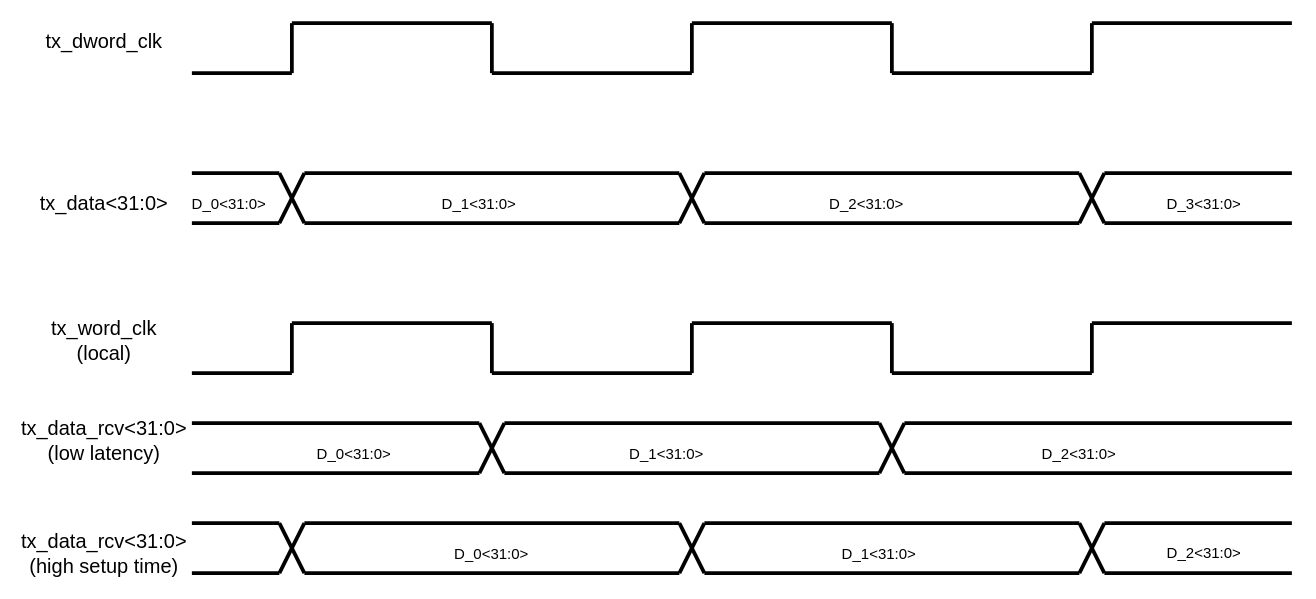
Earlier version of the draw.io diagram source/_posts/tx/word_clk_rcv.drawio (raytroop/raytroop.github.io). Source tidied: cells renumbered, new cells numbered last; positions are measured from the earlier drawing's top-left corner, leaving out a move shared by most shapes. Both pictures are drawn from the tidied source at 125%, with x=0, y=0 at pixel (54, 21).
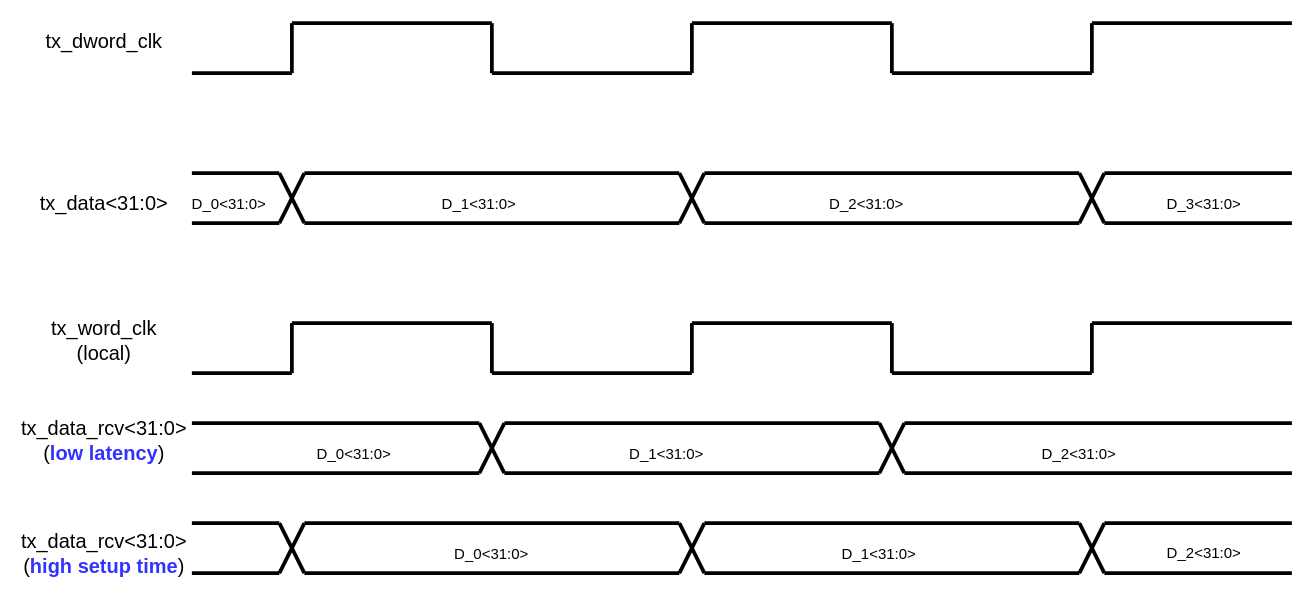
After the change.

What changed in the source:
```diff
@@
-    <mxCell id="57" value="tx_data_rcv&amp;lt;31:0&amp;gt;&lt;div&gt;(low latency)&lt;/div&gt;" style="text;html=1;whiteSpace=wrap;strokeColor=none;fillColor=none;align=center;verticalAlign=middle;rounded=0;fontSize=16;" parent="1" vertex="1">
+    <mxCell id="57" value="tx_data_rcv&amp;lt;31:0&amp;gt;&lt;div&gt;(&lt;b style=&quot;color: rgb(51, 51, 255);&quot;&gt;low latency&lt;/b&gt;)&lt;/div&gt;" style="text;html=1;whiteSpace=wrap;strokeColor=none;fillColor=none;align=center;verticalAlign=middle;rounded=0;fontSize=16;" parent="1" vertex="1">
       <mxGeometry y="320" width="80" height="30" as="geometry" />
     </mxCell>
-    <mxCell id="58" value="tx_data_rcv&amp;lt;31:0&amp;gt;&lt;div&gt;(high setup time)&lt;/div&gt;" style="text;html=1;whiteSpace=wrap;strokeColor=none;fillColor=none;align=center;verticalAlign=middle;rounded=0;fontSize=16;" parent="1" vertex="1">
+    <mxCell id="58" value="tx_data_rcv&amp;lt;31:0&amp;gt;&lt;div&gt;(&lt;b style=&quot;color: rgb(51, 51, 255);&quot;&gt;high setup time&lt;/b&gt;)&lt;/div&gt;" style="text;html=1;whiteSpace=wrap;strokeColor=none;fillColor=none;align=center;verticalAlign=middle;rounded=0;fontSize=16;" parent="1" vertex="1">
       <mxGeometry y="410" width="80" height="30" as="geometry" />
     </mxCell>
```
